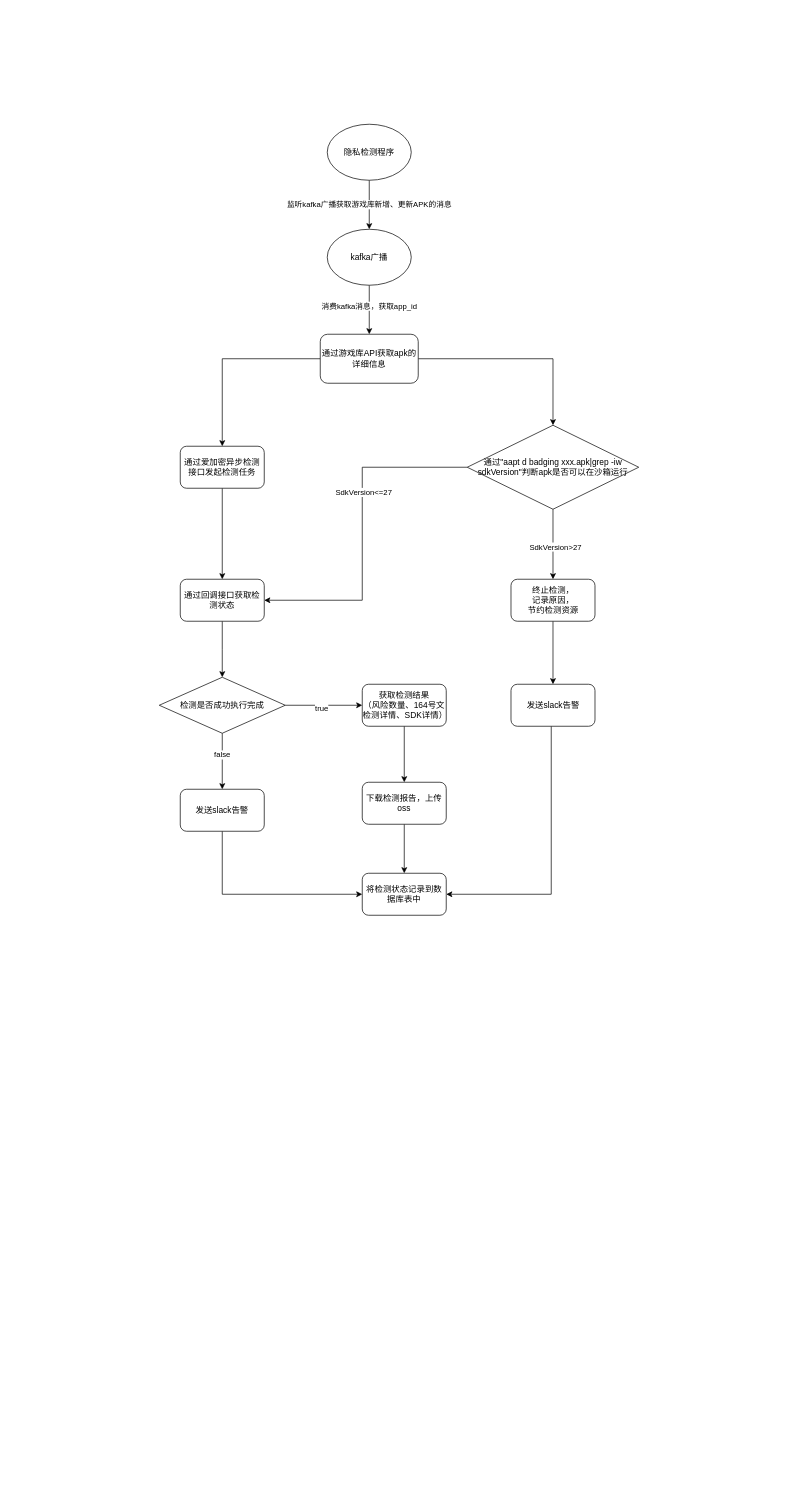
The draw.io diagram 未命名绘图.drawio in tongchewy/ER-Draw, before the edit. Source tidied: cells renumbered, new cells numbered last; positions are measured from the earlier drawing's top-left corner, leaving out a move shared by most shapes. Both pictures are drawn from the tidied source at 70%, with x=0, y=0 at pixel (159, 124).
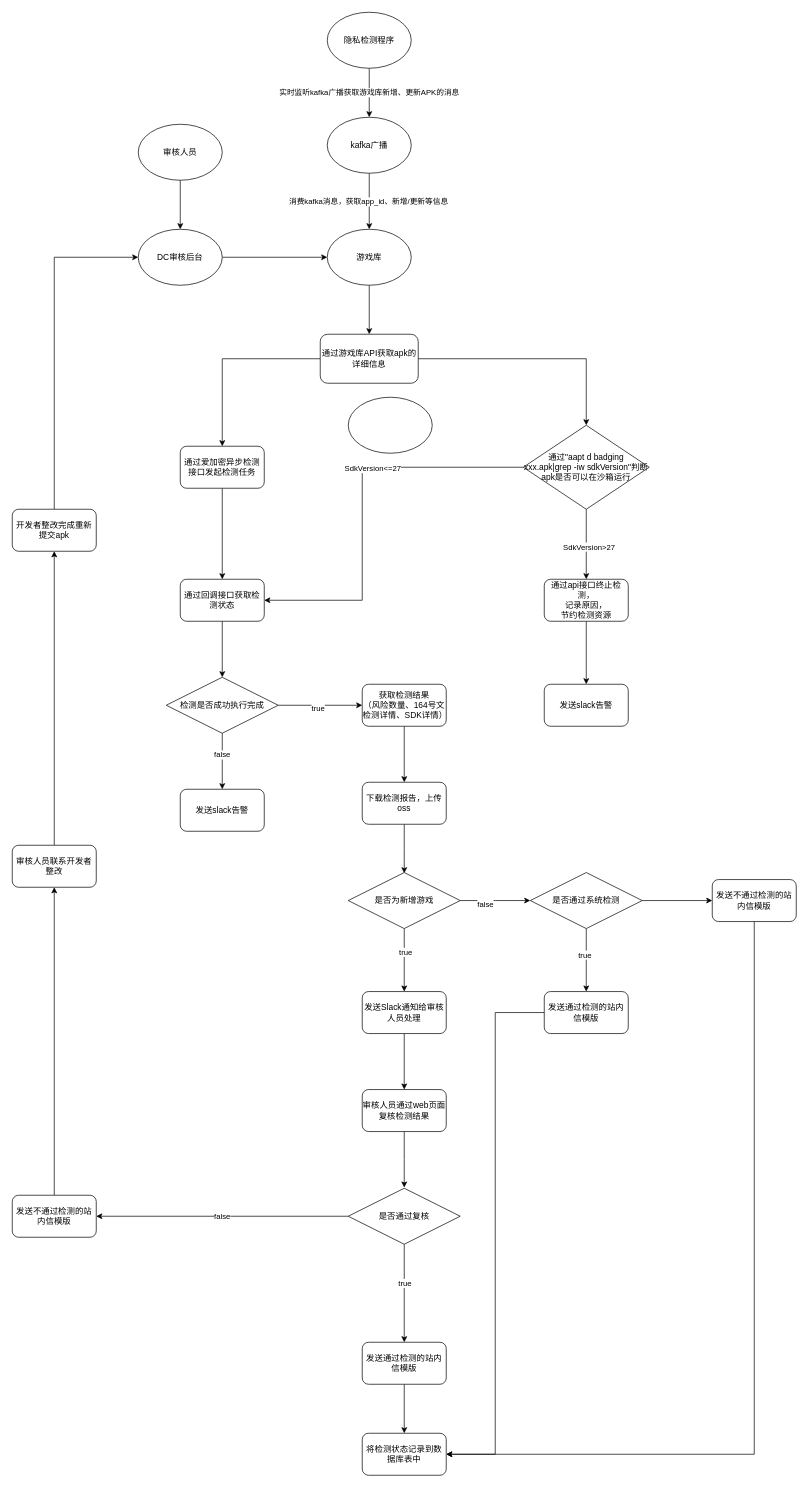
After the change.

The change refers to these unchanged cells:
```xml
<mxCell id="14" value="通过游戏库API获取apk的详细信息" style="rounded=1;whiteSpace=wrap;html=1;" parent="1" vertex="1">
  <mxGeometry x="230" y="300" width="140" height="70" as="geometry" />
</mxCell>
<mxCell id="30" value="下载检测报告，上传oss" style="rounded=1;whiteSpace=wrap;html=1;" parent="1" vertex="1">
  <mxGeometry x="290" y="940" width="120" height="60" as="geometry" />
</mxCell>
<mxCell id="32" value="发送slack告警" style="rounded=1;whiteSpace=wrap;html=1;" parent="1" vertex="1">
  <mxGeometry x="30" y="950" width="120" height="60" as="geometry" />
</mxCell>
```

Change to the diagram source:
```diff
@@
-    <mxCell id="2" value="监听kafka广播获取游戏库新增、更新APK的消息" style="edgeStyle=orthogonalEdgeStyle;rounded=0;jettySize=auto;html=1;entryX=0.5;entryY=0;entryDx=0;entryDy=0;" parent="1" edge="1" source="3" target="6">
+    <mxCell id="2" value="实时监听kafka广播获取游戏库新增、更新APK的消息" style="edgeStyle=orthogonalEdgeStyle;rounded=0;jettySize=auto;html=1;entryX=0.5;entryY=0;entryDx=0;entryDy=0;" parent="1" edge="1" source="3" target="6">
       <mxGeometry relative="1" as="geometry" />
     </mxCell>
     <mxCell id="3" value="隐私检测程序" style="ellipse;whiteSpace=wrap;html=1;" parent="1" vertex="1">
-      <mxGeometry x="240" width="120" height="80" as="geometry" />
+      <mxGeometry x="240" y="-160" width="120" height="80" as="geometry" />
     </mxCell>
-    <mxCell id="4" style="edgeStyle=orthogonalEdgeStyle;rounded=0;jettySize=auto;html=1;entryX=0.5;entryY=0;entryDx=0;entryDy=0;" parent="1" edge="1" source="6">
-      <mxGeometry relative="1" as="geometry">
-        <mxPoint x="300" y="300" as="targetPoint" />
-      </mxGeometry>
-    </mxCell>
-    <mxCell id="5" value="消费kafka消息，获取app_id" style="edgeLabel;html=1;align=center;verticalAlign=middle;" parent="4" vertex="1">
-      <mxGeometry x="-0.17" y="-1" relative="1" as="geometry" />
-    </mxCell>
+    <mxCell id="35" style="edgeStyle=orthogonalEdgeStyle;rounded=0;jettySize=auto;html=1;" parent="1" edge="1" source="6" target="55">
+      <mxGeometry relative="1" as="geometry" />
+    </mxCell>
+    <mxCell id="36" value="消费kafka消息，获取app_id、新增/更新等信息" style="edgeLabel;html=1;align=center;verticalAlign=middle;" parent="35" vertex="1">
+      <mxGeometry y="-2" relative="1" as="geometry" />
+    </mxCell>
     <mxCell id="6" value="kafka广播" style="ellipse;whiteSpace=wrap;html=1;" parent="1" vertex="1">
-      <mxGeometry x="240" y="150" width="120" height="80" as="geometry" />
+      <mxGeometry x="240" y="-10" width="120" height="80" as="geometry" />
     </mxCell>
@@
     <mxCell id="11" value="通过&quot;aapt d badging xxx.apk|grep -iw sdkVersion&quot;判断apk是否可以在沙箱运行" style="rhombus;whiteSpace=wrap;html=1;" parent="1" vertex="1">
-      <mxGeometry x="440" y="430" width="245" height="120" as="geometry" />
+      <mxGeometry x="520" y="430" width="180" height="120" as="geometry" />
     </mxCell>
@@
-    <mxCell id="16" value="终止检测，&lt;br&gt;记录原因，&lt;br&gt;节约检测资源" style="rounded=1;whiteSpace=wrap;html=1;" parent="1" vertex="1">
-      <mxGeometry x="502.5" y="650" width="120" height="60" as="geometry" />
+    <mxCell id="16" value="通过api接口终止检测，&lt;br&gt;记录原因，&lt;br&gt;节约检测资源" style="rounded=1;whiteSpace=wrap;html=1;" parent="1" vertex="1">
+      <mxGeometry x="550" y="650" width="120" height="60" as="geometry" />
     </mxCell>
@@
     <mxCell id="25" value="检测是否成功执行完成" style="rhombus;whiteSpace=wrap;html=1;" parent="1" vertex="1">
-      <mxGeometry y="790" width="180" height="80" as="geometry" />
+      <mxGeometry x="10" y="790" width="160" height="80" as="geometry" />
     </mxCell>
-    <mxCell id="26" value="将检测状态记录到数据库表中" style="rounded=1;whiteSpace=wrap;html=1;" parent="1" vertex="1">
-      <mxGeometry x="290" y="1070" width="120" height="60" as="geometry" />
-    </mxCell>
@@
-    <mxCell id="29" style="edgeStyle=orthogonalEdgeStyle;rounded=0;jettySize=auto;html=1;" parent="1" edge="1" source="30" target="26">
-      <mxGeometry relative="1" as="geometry" />
+    <mxCell id="29" style="edgeStyle=orthogonalEdgeStyle;rounded=0;jettySize=auto;html=1;" parent="1" edge="1" source="30">
+      <mxGeometry relative="1" as="geometry">
+        <mxPoint x="350" y="1070" as="targetPoint" />
+      </mxGeometry>
     </mxCell>
@@
-    <mxCell id="31" style="edgeStyle=orthogonalEdgeStyle;rounded=0;jettySize=auto;html=1;entryX=0;entryY=0.5;entryDx=0;entryDy=0;" parent="1" edge="1" source="32" target="26">
-      <mxGeometry relative="1" as="geometry">
-        <Array as="points">
-          <mxPoint x="90" y="1100" />
-        </Array>
-      </mxGeometry>
-    </mxCell>
@@
-    <mxCell id="33" style="edgeStyle=orthogonalEdgeStyle;rounded=0;jettySize=auto;html=1;entryX=1;entryY=0.5;entryDx=0;entryDy=0;" parent="1" edge="1" source="34" target="26">
-      <mxGeometry relative="1" as="geometry">
-        <Array as="points">
-          <mxPoint x="560" y="1100" />
-        </Array>
-      </mxGeometry>
-    </mxCell>
     <mxCell id="34" value="发送slack告警" style="rounded=1;whiteSpace=wrap;html=1;" parent="1" vertex="1">
-      <mxGeometry x="502.5" y="800" width="120" height="60" as="geometry" />
+      <mxGeometry x="550" y="800" width="120" height="60" as="geometry" />
     </mxCell>
+    <mxCell id="37" style="edgeStyle=orthogonalEdgeStyle;rounded=0;jettySize=auto;html=1;" parent="1" edge="1" source="41">
+      <mxGeometry relative="1" as="geometry">
+        <mxPoint x="350" y="1239" as="targetPoint" />
+      </mxGeometry>
+    </mxCell>
+    <mxCell id="38" value="true" style="edgeLabel;html=1;align=center;verticalAlign=middle;" parent="37" vertex="1">
+      <mxGeometry x="-0.27" y="1" relative="1" as="geometry" />
+    </mxCell>
+    <mxCell id="39" style="edgeStyle=orthogonalEdgeStyle;rounded=0;jettySize=auto;html=1;" parent="1" edge="1" source="41">
+      <mxGeometry relative="1" as="geometry">
+        <mxPoint x="530" y="1109" as="targetPoint" />
+      </mxGeometry>
+    </mxCell>
+    <mxCell id="40" value="false" style="edgeLabel;html=1;align=center;verticalAlign=middle;" parent="39" vertex="1">
+      <mxGeometry x="-0.3" y="-4" relative="1" as="geometry" />
+    </mxCell>
+    <mxCell id="41" value="是否为新增游戏" style="rhombus;whiteSpace=wrap;html=1;" parent="1" vertex="1">
+      <mxGeometry x="270" y="1069" width="160" height="80" as="geometry" />
+    </mxCell>
+    <mxCell id="42" style="edgeStyle=orthogonalEdgeStyle;rounded=0;jettySize=auto;html=1;" parent="1" edge="1" source="45" target="47">
+      <mxGeometry relative="1" as="geometry" />
+    </mxCell>
+    <mxCell id="43" value="true" style="edgeLabel;html=1;align=center;verticalAlign=middle;" parent="42" vertex="1">
+      <mxGeometry x="-0.18" y="-3" relative="1" as="geometry" />
+    </mxCell>
+    <mxCell id="44" style="edgeStyle=orthogonalEdgeStyle;rounded=0;jettySize=auto;html=1;" parent="1" edge="1" source="45" target="49">
+      <mxGeometry relative="1" as="geometry" />
+    </mxCell>
+    <mxCell id="45" value="是否通过系统检测" style="rhombus;whiteSpace=wrap;html=1;" parent="1" vertex="1">
+      <mxGeometry x="530" y="1069" width="160" height="80" as="geometry" />
+    </mxCell>
+    <mxCell id="46" style="edgeStyle=orthogonalEdgeStyle;rounded=0;jettySize=auto;html=1;entryX=1;entryY=0.5;entryDx=0;entryDy=0;" parent="1" edge="1" source="47" target="26">
+      <mxGeometry relative="1" as="geometry" />
+    </mxCell>
+    <mxCell id="47" value="发送通过检测的站内信模版" style="rounded=1;whiteSpace=wrap;html=1;" parent="1" vertex="1">
+      <mxGeometry x="550" y="1239" width="120" height="60" as="geometry" />
+    </mxCell>
+    <mxCell id="48" style="edgeStyle=orthogonalEdgeStyle;rounded=0;jettySize=auto;html=1;entryX=1;entryY=0.5;entryDx=0;entryDy=0;" parent="1" edge="1" source="49" target="26">
+      <mxGeometry relative="1" as="geometry">
+        <Array as="points">
+          <mxPoint x="850" y="1900" />
+        </Array>
+      </mxGeometry>
+    </mxCell>
+    <mxCell id="49" value="发送不通过检测的站内信模版" style="rounded=1;whiteSpace=wrap;html=1;" parent="1" vertex="1">
+      <mxGeometry x="790" y="1079" width="120" height="60" as="geometry" />
+    </mxCell>
+    <mxCell id="50" style="edgeStyle=orthogonalEdgeStyle;rounded=0;jettySize=auto;html=1;" parent="1" edge="1" source="51" target="53">
+      <mxGeometry relative="1" as="geometry" />
+    </mxCell>
+    <mxCell id="51" value="发送Slack通知给审核人员处理" style="rounded=1;whiteSpace=wrap;html=1;" parent="1" vertex="1">
+      <mxGeometry x="290" y="1239" width="120" height="60" as="geometry" />
+    </mxCell>
+    <mxCell id="52" style="edgeStyle=orthogonalEdgeStyle;rounded=0;jettySize=auto;html=1;" parent="1" edge="1" source="53">
+      <mxGeometry relative="1" as="geometry">
+        <mxPoint x="350" y="1519" as="targetPoint" />
+      </mxGeometry>
+    </mxCell>
+    <mxCell id="53" value="审核人员通过web页面复核检测结果" style="rounded=1;whiteSpace=wrap;html=1;" parent="1" vertex="1">
+      <mxGeometry x="290" y="1379" width="120" height="60" as="geometry" />
+    </mxCell>
+    <mxCell id="54" style="edgeStyle=orthogonalEdgeStyle;rounded=0;jettySize=auto;html=1;" parent="1" edge="1" source="55" target="14">
+      <mxGeometry relative="1" as="geometry" />
+    </mxCell>
+    <mxCell id="55" value="游戏库" style="ellipse;whiteSpace=wrap;html=1;" parent="1" vertex="1">
+      <mxGeometry x="240" y="150" width="120" height="80" as="geometry" />
+    </mxCell>
+    <mxCell id="56" style="edgeStyle=orthogonalEdgeStyle;rounded=0;jettySize=auto;html=1;entryX=0;entryY=0.5;entryDx=0;entryDy=0;" parent="1" edge="1" source="57" target="55">
+      <mxGeometry relative="1" as="geometry" />
+    </mxCell>
+    <mxCell id="57" value="DC审核后台" style="ellipse;whiteSpace=wrap;html=1;" parent="1" vertex="1">
+      <mxGeometry x="-30" y="150" width="120" height="80" as="geometry" />
+    </mxCell>
+    <mxCell id="58" style="ellipse;whiteSpace=wrap;html=1;" parent="1" vertex="1">
+      <mxGeometry x="270" y="390" width="120" height="80" as="geometry" />
+    </mxCell>
+    <mxCell id="59" style="edgeStyle=orthogonalEdgeStyle;rounded=0;jettySize=auto;html=1;entryX=0.5;entryY=0;entryDx=0;entryDy=0;" parent="1" edge="1" source="60" target="57">
+      <mxGeometry relative="1" as="geometry" />
+    </mxCell>
+    <mxCell id="60" value="审核人员" style="ellipse;whiteSpace=wrap;html=1;" parent="1" vertex="1">
+      <mxGeometry x="-30" width="120" height="80" as="geometry" />
+    </mxCell>
+    <mxCell id="61" value="false" style="edgeStyle=orthogonalEdgeStyle;rounded=0;jettySize=auto;html=1;entryX=1;entryY=0.5;entryDx=0;entryDy=0;" parent="1" edge="1" source="64" target="66">
+      <mxGeometry relative="1" as="geometry" />
+    </mxCell>
+    <mxCell id="62" style="edgeStyle=orthogonalEdgeStyle;rounded=0;jettySize=auto;html=1;" parent="1" edge="1" source="64">
+      <mxGeometry relative="1" as="geometry">
+        <mxPoint x="350" y="1740" as="targetPoint" />
+      </mxGeometry>
+    </mxCell>
+    <mxCell id="63" value="true" style="edgeLabel;html=1;align=center;verticalAlign=middle;" parent="62" vertex="1">
+      <mxGeometry x="-0.21" relative="1" as="geometry" />
+    </mxCell>
+    <mxCell id="64" value="是否通过复核" style="rhombus;whiteSpace=wrap;html=1;" parent="1" vertex="1">
+      <mxGeometry x="270" y="1520" width="160" height="80" as="geometry" />
+    </mxCell>
+    <mxCell id="65" style="edgeStyle=orthogonalEdgeStyle;rounded=0;jettySize=auto;html=1;" parent="1" edge="1" source="66" target="68">
+      <mxGeometry relative="1" as="geometry" />
+    </mxCell>
+    <mxCell id="66" value="发送不通过检测的站内信模版" style="rounded=1;whiteSpace=wrap;html=1;" parent="1" vertex="1">
+      <mxGeometry x="-210" y="1530" width="120" height="60" as="geometry" />
+    </mxCell>
+    <mxCell id="67" style="edgeStyle=orthogonalEdgeStyle;rounded=0;jettySize=auto;html=1;" parent="1" edge="1" source="68" target="70">
+      <mxGeometry relative="1" as="geometry" />
+    </mxCell>
+    <mxCell id="68" value="审核人员联系开发者整改" style="rounded=1;whiteSpace=wrap;html=1;" parent="1" vertex="1">
+      <mxGeometry x="-210" y="1030" width="120" height="60" as="geometry" />
+    </mxCell>
+    <mxCell id="69" style="edgeStyle=orthogonalEdgeStyle;rounded=0;jettySize=auto;html=1;entryX=0;entryY=0.5;entryDx=0;entryDy=0;" parent="1" edge="1" source="70" target="57">
+      <mxGeometry relative="1" as="geometry">
+        <Array as="points">
+          <mxPoint x="-150" y="190" />
+        </Array>
+      </mxGeometry>
+    </mxCell>
+    <mxCell id="70" value="开发者整改完成重新提交apk" style="rounded=1;whiteSpace=wrap;html=1;" parent="1" vertex="1">
+      <mxGeometry x="-210" y="550" width="120" height="60" as="geometry" />
+    </mxCell>
+    <mxCell id="26" value="将检测状态记录到数据库表中" style="rounded=1;whiteSpace=wrap;html=1;" parent="1" vertex="1">
+      <mxGeometry x="290" y="1870" width="120" height="60" as="geometry" />
+    </mxCell>
+    <mxCell id="71" style="edgeStyle=orthogonalEdgeStyle;rounded=0;jettySize=auto;html=1;" parent="1" edge="1" source="72" target="26">
+      <mxGeometry relative="1" as="geometry" />
+    </mxCell>
+    <mxCell id="72" value="发送通过检测的站内信模版" style="rounded=1;whiteSpace=wrap;html=1;" parent="1" vertex="1">
+      <mxGeometry x="290" y="1740" width="120" height="60" as="geometry" />
+    </mxCell>
```
